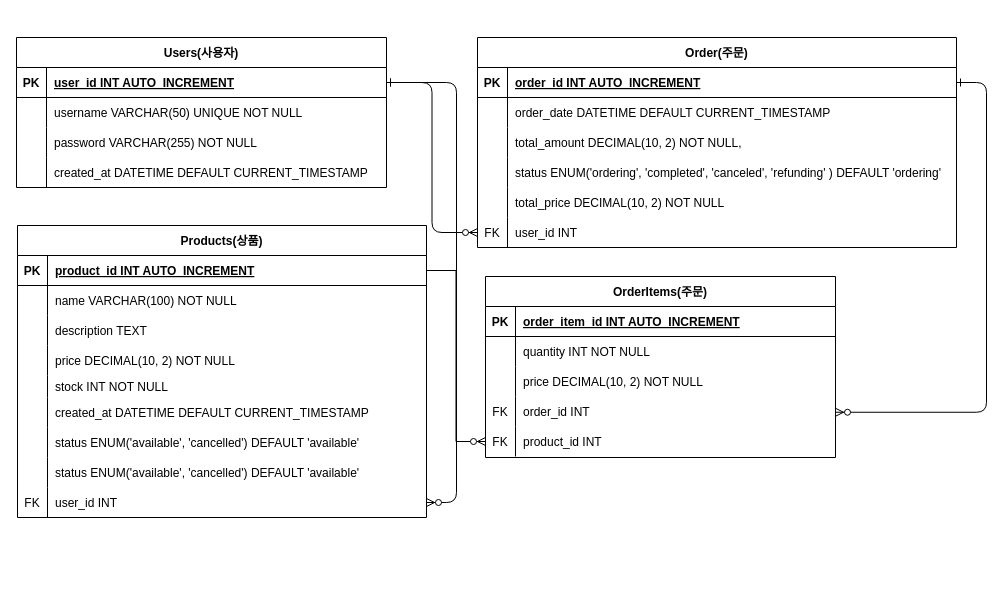
Before: showpping_mall_system_erd.drawio in wake45/Shopping_mall_system, a draw.io diagram. Source tidied: cells renumbered, new cells numbered last; positions are measured from the earlier drawing's top-left corner, leaving out a move shared by most shapes. Both pictures are drawn from the tidied source at 100%, with x=0, y=0 at pixel (16, 37).
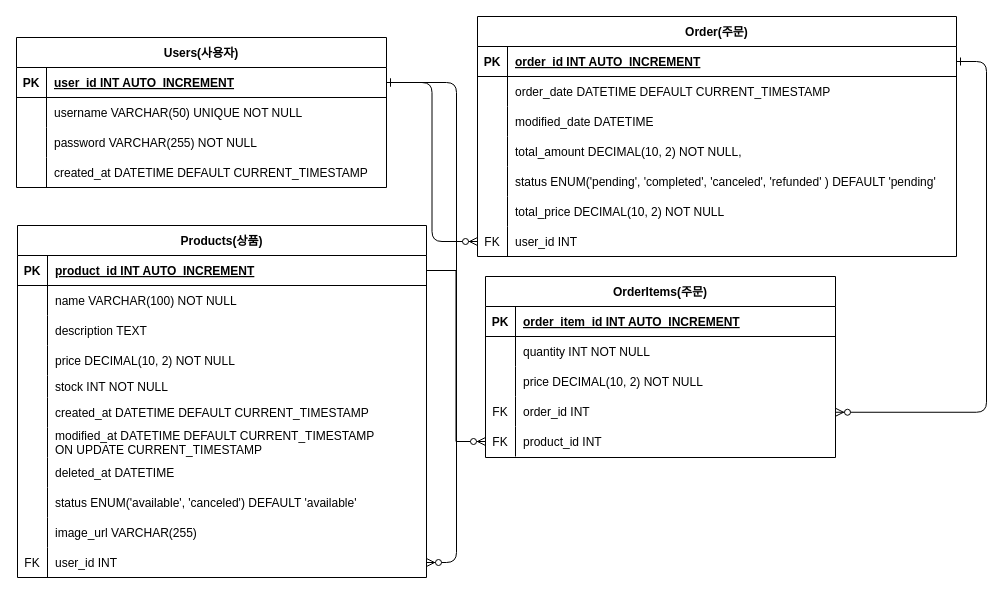
The same page after the edit.

The change refers to these unchanged cells:
```xml
<mxCell id="71" style="shape=partialRectangle;fillColor=none;top=0;left=0;right=0;bottom=0;" parent="52" vertex="1">
  <mxGeometry y="202" width="409" height="30" as="geometry" />
</mxCell>
```

Change to the diagram source:
```diff
@@
     <mxCell id="4" value="Order(주문)" style="shape=table;startSize=30;childLayout=tableLayout;rowLines=0;fontStyle=1;align=center;" parent="1" vertex="1">
-      <mxGeometry x="461" width="479" height="210" as="geometry" />
+      <mxGeometry x="461" y="-21" width="479" height="240" as="geometry" />
     </mxCell>
@@
+    <mxCell id="82" style="shape=partialRectangle;fillColor=none;top=0;left=0;right=0;bottom=0;" parent="4" vertex="1">
+      <mxGeometry y="90" width="479" height="30" as="geometry" />
+    </mxCell>
+    <mxCell id="83" style="shape=partialRectangle;overflow=hidden;fillColor=none;top=0;left=0;bottom=0;right=0;" parent="82" vertex="1">
+      <mxGeometry width="30" height="30" as="geometry" />
+    </mxCell>
+    <mxCell id="84" value="modified_date DATETIME" style="shape=partialRectangle;overflow=hidden;fillColor=none;top=0;left=0;bottom=0;right=0;align=left;spacingLeft=6;" parent="82" vertex="1">
+      <mxGeometry x="30" width="449" height="30" as="geometry" />
+    </mxCell>
     <mxCell id="11" style="shape=partialRectangle;fillColor=none;top=0;left=0;right=0;bottom=0;" parent="4" vertex="1">
-      <mxGeometry y="90" width="479" height="30" as="geometry" />
+      <mxGeometry y="120" width="479" height="30" as="geometry" />
     </mxCell>
@@
     <mxCell id="14" style="shape=partialRectangle;fillColor=none;top=0;left=0;right=0;bottom=0;" parent="4" vertex="1">
-      <mxGeometry y="120" width="479" height="30" as="geometry" />
+      <mxGeometry y="150" width="479" height="30" as="geometry" />
     </mxCell>
@@
-    <mxCell id="16" value="status ENUM('ordering', 'completed', 'canceled', 'refunding' ) DEFAULT 'ordering'" style="shape=partialRectangle;overflow=hidden;fillColor=none;top=0;left=0;bottom=0;right=0;align=left;spacingLeft=6;" parent="14" vertex="1">
+    <mxCell id="16" value="status ENUM('pending', 'completed', 'canceled', 'refunded' ) DEFAULT 'pending'" style="shape=partialRectangle;overflow=hidden;fillColor=none;top=0;left=0;bottom=0;right=0;align=left;spacingLeft=6;" parent="14" vertex="1">
       <mxGeometry x="30" width="449" height="30" as="geometry" />
     </mxCell>
     <mxCell id="17" style="shape=partialRectangle;fillColor=none;top=0;left=0;right=0;bottom=0;" parent="4" vertex="1">
-      <mxGeometry y="150" width="479" height="30" as="geometry" />
+      <mxGeometry y="180" width="479" height="30" as="geometry" />
     </mxCell>
@@
     <mxCell id="20" style="shape=partialRectangle;fillColor=none;points=[[0,0.5],[1,0.5]];portConstraint=eastwest;top=0;left=0;right=0;bottom=0;" parent="4" vertex="1">
-      <mxGeometry y="180" width="479" height="30" as="geometry" />
+      <mxGeometry y="210" width="479" height="30" as="geometry" />
     </mxCell>
@@
     <mxCell id="52" value="Products(상품)" style="shape=table;startSize=30;childLayout=tableLayout;rowLines=0;fontStyle=1;align=center;" parent="1" vertex="1">
-      <mxGeometry x="1" y="188" width="409" height="292" as="geometry" />
+      <mxGeometry x="1" y="188" width="409" height="352" as="geometry" />
     </mxCell>
@@
-    <mxCell id="73" value="status ENUM('available', 'cancelled') DEFAULT 'available'" style="shape=partialRectangle;overflow=hidden;fillColor=none;top=0;left=0;bottom=0;right=0;align=left;spacingLeft=6;" parent="71" vertex="1">
+    <mxCell id="73" value="modified_at DATETIME DEFAULT CURRENT_TIMESTAMP &#10;ON UPDATE CURRENT_TIMESTAMP" style="shape=partialRectangle;overflow=hidden;fillColor=none;top=0;left=0;bottom=0;right=0;align=left;spacingLeft=6;" parent="71" vertex="1">
       <mxGeometry x="30" width="379" height="30" as="geometry" />
     </mxCell>
+    <mxCell id="85" style="shape=partialRectangle;fillColor=none;top=0;left=0;right=0;bottom=0;" parent="52" vertex="1">
+      <mxGeometry y="232" width="409" height="30" as="geometry" />
+    </mxCell>
+    <mxCell id="86" style="shape=partialRectangle;overflow=hidden;fillColor=none;top=0;left=0;bottom=0;right=0;" parent="85" vertex="1">
+      <mxGeometry width="30" height="30" as="geometry" />
+    </mxCell>
+    <mxCell id="87" value="deleted_at DATETIME" style="shape=partialRectangle;overflow=hidden;fillColor=none;top=0;left=0;bottom=0;right=0;align=left;spacingLeft=6;" parent="85" vertex="1">
+      <mxGeometry x="30" width="379" height="30" as="geometry" />
+    </mxCell>
     <mxCell id="74" style="shape=partialRectangle;fillColor=none;top=0;left=0;right=0;bottom=0;" parent="52" vertex="1">
-      <mxGeometry y="232" width="409" height="30" as="geometry" />
+      <mxGeometry y="262" width="409" height="30" as="geometry" />
     </mxCell>
@@
-    <mxCell id="76" value="status ENUM('available', 'cancelled') DEFAULT 'available'" style="shape=partialRectangle;overflow=hidden;fillColor=none;top=0;left=0;bottom=0;right=0;align=left;spacingLeft=6;" parent="74" vertex="1">
+    <mxCell id="76" value="status ENUM('available', 'canceled') DEFAULT 'available'" style="shape=partialRectangle;overflow=hidden;fillColor=none;top=0;left=0;bottom=0;right=0;align=left;spacingLeft=6;" parent="74" vertex="1">
       <mxGeometry x="30" width="379" height="30" as="geometry" />
     </mxCell>
+    <mxCell id="88" style="shape=partialRectangle;fillColor=none;top=0;left=0;right=0;bottom=0;" parent="52" vertex="1">
+      <mxGeometry y="292" width="409" height="30" as="geometry" />
+    </mxCell>
+    <mxCell id="89" style="shape=partialRectangle;overflow=hidden;fillColor=none;top=0;left=0;bottom=0;right=0;" parent="88" vertex="1">
+      <mxGeometry width="30" height="30" as="geometry" />
+    </mxCell>
+    <mxCell id="90" value="image_url VARCHAR(255)" style="shape=partialRectangle;overflow=hidden;fillColor=none;top=0;left=0;bottom=0;right=0;align=left;spacingLeft=6;" parent="88" vertex="1">
+      <mxGeometry x="30" width="379" height="30" as="geometry" />
+    </mxCell>
     <mxCell id="77" style="shape=partialRectangle;fillColor=none;points=[[0,0.5],[1,0.5]];portConstraint=eastwest;top=0;left=0;right=0;bottom=0;" parent="52" vertex="1">
-      <mxGeometry y="262" width="409" height="30" as="geometry" />
+      <mxGeometry y="322" width="409" height="30" as="geometry" />
     </mxCell>
```
